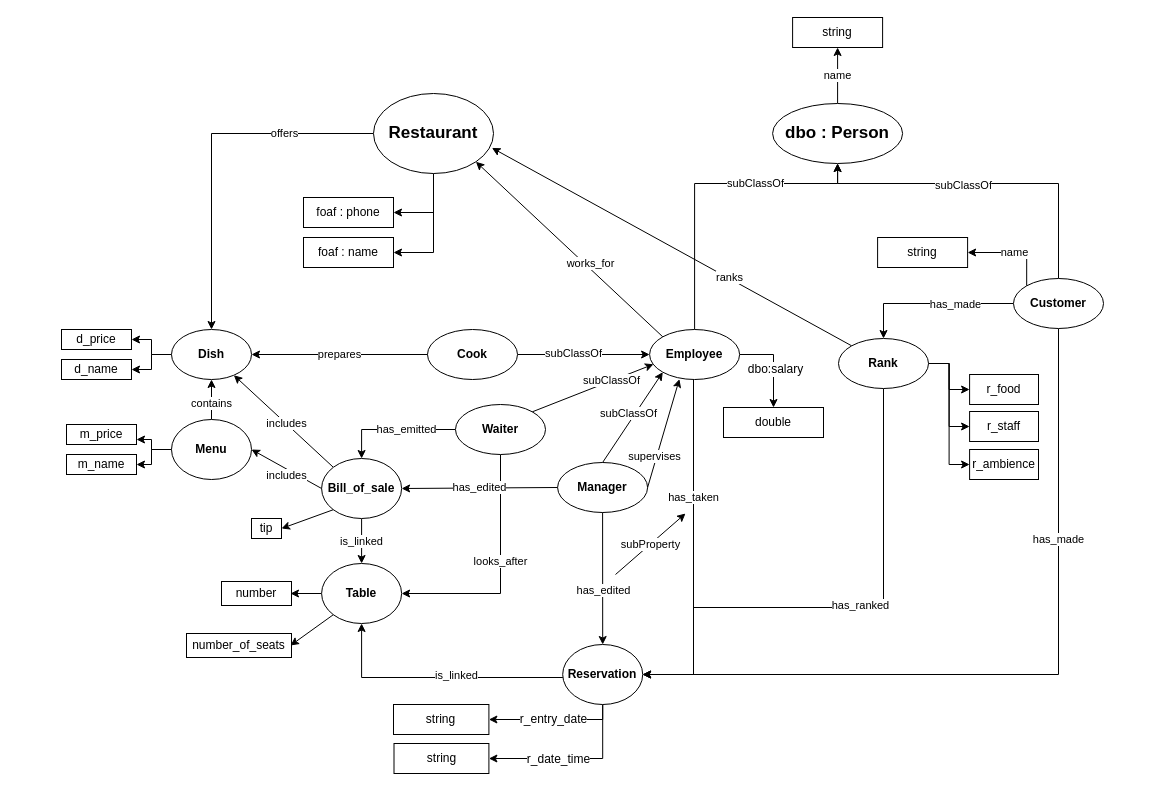
Earlier version of the draw.io diagram schema/schema.dio (CH-KevinDubois/MAS-RAD-4-WEB-Mini-Projet). Source tidied: cells renumbered, new cells numbered last; positions are measured from the earlier drawing's top-left corner, leaving out a move shared by most shapes. Both pictures are drawn from the tidied source at 100%, with x=0, y=0 at pixel (61, 17).
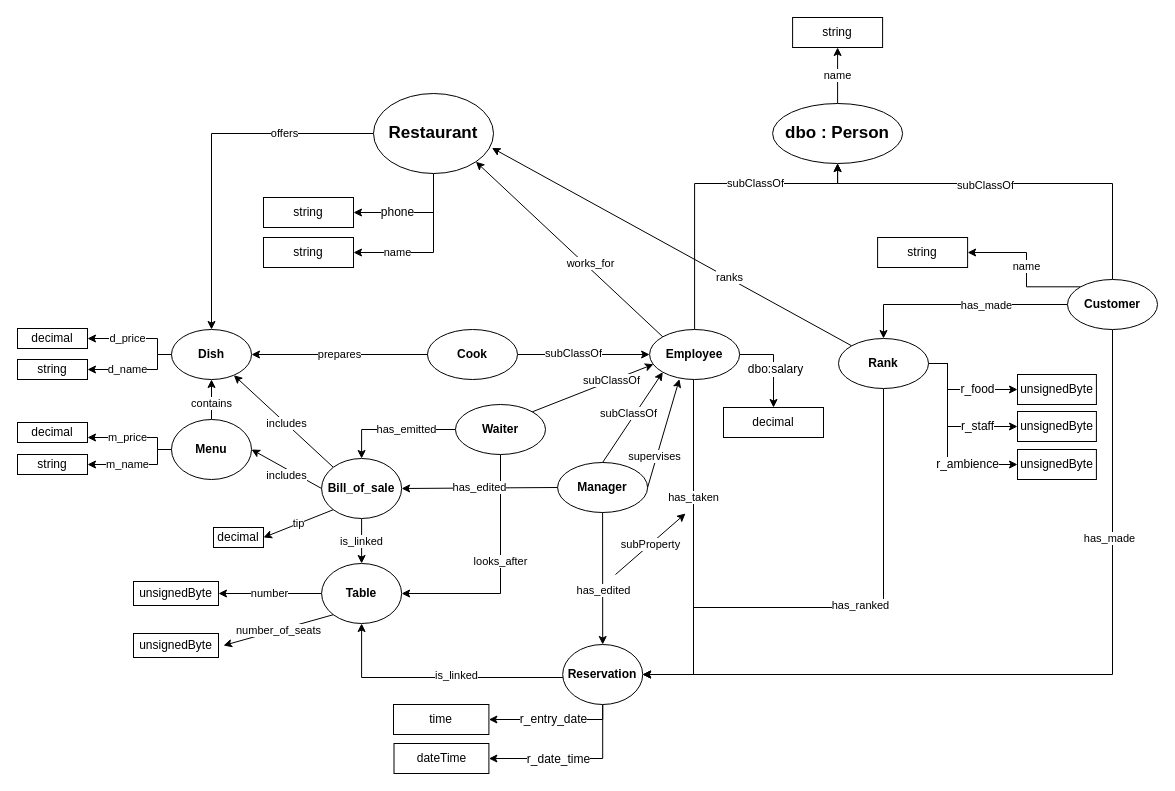
After the change.

Unchanged cells that the change refers to:
```xml
<mxCell id="5" value="&lt;font style=&quot;font-size: 17px&quot;&gt;Restaurant&lt;/font&gt;" style="ellipse;whiteSpace=wrap;html=1;fontStyle=1;" parent="1" vertex="1">
  <mxGeometry x="312" y="76" width="120" height="80" as="geometry" />
</mxCell>
<mxCell id="7" value="&lt;font style=&quot;font-size: 17px&quot;&gt;dbo : Person&lt;/font&gt;" style="ellipse;whiteSpace=wrap;html=1;fontStyle=1;" parent="1" vertex="1">
  <mxGeometry x="711.1" y="86" width="130" height="60" as="geometry" />
</mxCell>
<mxCell id="29" value="&lt;font style=&quot;font-size: 12px&quot;&gt;Table&lt;/font&gt;" style="ellipse;whiteSpace=wrap;html=1;fontStyle=1;" parent="1" vertex="1">
  <mxGeometry x="260.1" y="546" width="80" height="60" as="geometry" />
</mxCell>
<mxCell id="35" value="&lt;font style=&quot;font-size: 12px&quot;&gt;Reservation&lt;/font&gt;" style="ellipse;whiteSpace=wrap;html=1;fontStyle=1;" parent="1" vertex="1">
  <mxGeometry x="501.2" y="627" width="80" height="60" as="geometry" />
</mxCell>
<mxCell id="41" value="&lt;font style=&quot;font-size: 12px&quot;&gt;Menu&lt;/font&gt;" style="ellipse;whiteSpace=wrap;html=1;fontStyle=1;" parent="1" vertex="1">
  <mxGeometry x="110" y="402" width="80" height="60" as="geometry" />
</mxCell>
<mxCell id="44" value="&lt;font style=&quot;font-size: 12px&quot;&gt;Dish&lt;/font&gt;" style="ellipse;whiteSpace=wrap;html=1;fontStyle=1;" parent="1" vertex="1">
  <mxGeometry x="110" y="312" width="80" height="50" as="geometry" />
</mxCell>
<mxCell id="57" value="&lt;font style=&quot;font-size: 12px&quot;&gt;Bill_of_sale&lt;/font&gt;" style="ellipse;whiteSpace=wrap;html=1;fontStyle=1;" parent="1" vertex="1">
  <mxGeometry x="260.1" y="441" width="80" height="60" as="geometry" />
</mxCell>
<mxCell id="84" value="Rank" style="ellipse;whiteSpace=wrap;html=1;fontStyle=1;" parent="1" vertex="1">
  <mxGeometry x="777" y="321" width="90" height="50" as="geometry" />
</mxCell>
```

Diff of the diagram source:
```diff
@@
-    <mxCell id="3" style="edgeStyle=orthogonalEdgeStyle;rounded=0;jettySize=auto;html=1;entryX=1;entryY=0.5;entryDx=0;entryDy=0;" parent="1" edge="1" source="5" target="56">
-      <mxGeometry relative="1" as="geometry" />
+    <mxCell id="3" value="&lt;span style=&quot;font-size: 12px&quot;&gt;phone&lt;/span&gt;" style="edgeStyle=orthogonalEdgeStyle;rounded=0;jettySize=auto;html=1;entryX=1;entryY=0.5;entryDx=0;entryDy=0;exitX=0.5;exitY=1;exitDx=0;exitDy=0;" parent="1" edge="1" source="5" target="56">
+      <mxGeometry x="0.26" relative="1" as="geometry" />
     </mxCell>
-    <mxCell id="4" style="edgeStyle=orthogonalEdgeStyle;rounded=0;jettySize=auto;html=1;entryX=1;entryY=0.5;entryDx=0;entryDy=0;" parent="1" edge="1" source="5" target="55">
-      <mxGeometry relative="1" as="geometry" />
+    <mxCell id="4" value="name" style="edgeStyle=orthogonalEdgeStyle;rounded=0;jettySize=auto;html=1;entryX=1;entryY=0.5;entryDx=0;entryDy=0;exitX=0.5;exitY=1;exitDx=0;exitDy=0;" parent="1" edge="1" source="5" target="55">
+      <mxGeometry x="0.45" relative="1" as="geometry" />
     </mxCell>
@@
     <mxCell id="13" style="edgeStyle=orthogonalEdgeStyle;rounded=0;jettySize=auto;html=1;entryX=0.5;entryY=1;entryDx=0;entryDy=0;" parent="1" edge="1" source="20" target="7">
       <mxGeometry relative="1" as="geometry">
         <Array as="points">
-          <mxPoint x="997" y="166" />
+          <mxPoint x="1051" y="166" />
           <mxPoint x="776" y="166" />
         </Array>
       </mxGeometry>
     </mxCell>
@@
     <mxCell id="15" style="edgeStyle=orthogonalEdgeStyle;rounded=0;jettySize=auto;html=1;entryX=1;entryY=0.5;entryDx=0;entryDy=0;" parent="1" edge="1" source="20" target="35">
       <mxGeometry relative="1" as="geometry">
         <Array as="points">
-          <mxPoint x="997" y="657" />
+          <mxPoint x="1051" y="657" />
         </Array>
       </mxGeometry>
     </mxCell>
     <mxCell id="16" value="has_made" style="edgeLabel;html=1;align=center;verticalAlign=middle;" parent="15" vertex="1">
       <mxGeometry x="0.16" relative="1" as="geometry">
-        <mxPoint x="95.4" y="-136" as="offset" />
+        <mxPoint x="124.8" y="-137" as="offset" />
       </mxGeometry>
     </mxCell>
@@
     <mxCell id="20" value="Customer" style="ellipse;whiteSpace=wrap;html=1;fontStyle=1;" parent="1" vertex="1">
-      <mxGeometry x="952" y="261" width="90" height="50" as="geometry" />
+      <mxGeometry x="1006" y="262" width="90" height="50" as="geometry" />
     </mxCell>
@@
-    <mxCell id="28" style="edgeStyle=orthogonalEdgeStyle;rounded=0;jettySize=auto;html=1;entryX=1;entryY=0.5;entryDx=0;entryDy=0;" parent="1" edge="1" source="29">
-      <mxGeometry relative="1" as="geometry">
-        <mxPoint x="229" y="576" as="targetPoint" />
-        <Array as="points">
-          <mxPoint x="234" y="576" />
-          <mxPoint x="234" y="576" />
-        </Array>
-      </mxGeometry>
-    </mxCell>
+    <mxCell id="89" value="number" style="edgeStyle=orthogonalEdgeStyle;rounded=0;jettySize=auto;html=1;" parent="1" edge="1" source="29" target="62">
+      <mxGeometry relative="1" as="geometry" />
+    </mxCell>
@@
-    <mxCell id="36" value="string" style="rounded=0;whiteSpace=wrap;html=1;" parent="1" vertex="1">
+    <mxCell id="36" value="time" style="rounded=0;whiteSpace=wrap;html=1;" parent="1" vertex="1">
       <mxGeometry x="332" y="687" width="95.4" height="30" as="geometry" />
     </mxCell>
-    <mxCell id="37" value="string" style="rounded=0;whiteSpace=wrap;html=1;" parent="1" vertex="1">
+    <mxCell id="37" value="dateTime" style="rounded=0;whiteSpace=wrap;html=1;" parent="1" vertex="1">
       <mxGeometry x="332.5" y="726" width="94.9" height="30" as="geometry" />
     </mxCell>
@@
-    <mxCell id="39" style="edgeStyle=orthogonalEdgeStyle;rounded=0;jettySize=auto;html=1;entryX=1;entryY=0.75;entryDx=0;entryDy=0;" parent="1" edge="1" source="41" target="60">
-      <mxGeometry relative="1" as="geometry" />
+    <mxCell id="39" value="m_price" style="edgeStyle=orthogonalEdgeStyle;rounded=0;jettySize=auto;html=1;entryX=1;entryY=0.75;entryDx=0;entryDy=0;" parent="1" edge="1" source="41" target="60">
+      <mxGeometry x="0.17" relative="1" as="geometry">
+        <Array as="points">
+          <mxPoint x="96" y="432" />
+          <mxPoint x="96" y="420" />
+        </Array>
+      </mxGeometry>
     </mxCell>
-    <mxCell id="40" style="edgeStyle=orthogonalEdgeStyle;rounded=0;jettySize=auto;html=1;entryX=1;entryY=0.5;entryDx=0;entryDy=0;" parent="1" edge="1" source="41" target="61">
-      <mxGeometry relative="1" as="geometry" />
+    <mxCell id="40" value="m_name" style="edgeStyle=orthogonalEdgeStyle;rounded=0;jettySize=auto;html=1;entryX=1;entryY=0.5;entryDx=0;entryDy=0;" parent="1" edge="1" source="41" target="61">
+      <mxGeometry x="0.19" relative="1" as="geometry">
+        <Array as="points">
+          <mxPoint x="96" y="432" />
+          <mxPoint x="96" y="447" />
+        </Array>
+      </mxGeometry>
     </mxCell>
@@
-    <mxCell id="42" style="edgeStyle=orthogonalEdgeStyle;rounded=0;jettySize=auto;html=1;entryX=1;entryY=0.5;entryDx=0;entryDy=0;" parent="1" edge="1" source="44" target="58">
-      <mxGeometry relative="1" as="geometry" />
+    <mxCell id="42" value="d_price" style="edgeStyle=orthogonalEdgeStyle;rounded=0;jettySize=auto;html=1;entryX=1;entryY=0.5;entryDx=0;entryDy=0;" parent="1" edge="1" source="44" target="58">
+      <mxGeometry x="0.2" relative="1" as="geometry">
+        <Array as="points">
+          <mxPoint x="96" y="337" />
+          <mxPoint x="96" y="321" />
+        </Array>
+      </mxGeometry>
     </mxCell>
-    <mxCell id="43" style="edgeStyle=orthogonalEdgeStyle;rounded=0;jettySize=auto;html=1;entryX=1;entryY=0.5;entryDx=0;entryDy=0;" parent="1" edge="1" source="44" target="59">
-      <mxGeometry relative="1" as="geometry" />
+    <mxCell id="43" value="d_name" style="edgeStyle=orthogonalEdgeStyle;rounded=0;jettySize=auto;html=1;entryX=1;entryY=0.5;entryDx=0;entryDy=0;" parent="1" edge="1" source="44" target="59">
+      <mxGeometry x="0.19" relative="1" as="geometry">
+        <Array as="points">
+          <mxPoint x="96" y="337" />
+          <mxPoint x="96" y="352" />
+        </Array>
+      </mxGeometry>
     </mxCell>
@@
-    <mxCell id="55" value="foaf : name" style="rounded=0;whiteSpace=wrap;html=1;" parent="1" vertex="1">
-      <mxGeometry x="242" y="220" width="90" height="30" as="geometry" />
+    <mxCell id="55" value="string" style="rounded=0;whiteSpace=wrap;html=1;" parent="1" vertex="1">
+      <mxGeometry x="202" y="220" width="90" height="30" as="geometry" />
     </mxCell>
-    <mxCell id="56" value="foaf : phone" style="rounded=0;whiteSpace=wrap;html=1;" parent="1" vertex="1">
-      <mxGeometry x="242" y="180" width="90" height="30" as="geometry" />
+    <mxCell id="56" value="string" style="rounded=0;whiteSpace=wrap;html=1;" parent="1" vertex="1">
+      <mxGeometry x="202" y="180" width="90" height="30" as="geometry" />
     </mxCell>
@@
-    <mxCell id="58" value="d_price" style="rounded=0;whiteSpace=wrap;html=1;" parent="1" vertex="1">
-      <mxGeometry y="312" width="70" height="20" as="geometry" />
+    <mxCell id="58" value="decimal" style="rounded=0;whiteSpace=wrap;html=1;" parent="1" vertex="1">
+      <mxGeometry x="-44" y="311" width="70" height="20" as="geometry" />
     </mxCell>
-    <mxCell id="59" value="d_name" style="rounded=0;whiteSpace=wrap;html=1;" parent="1" vertex="1">
-      <mxGeometry y="342" width="70" height="20" as="geometry" />
+    <mxCell id="59" value="string" style="rounded=0;whiteSpace=wrap;html=1;" parent="1" vertex="1">
+      <mxGeometry x="-44" y="342" width="70" height="20" as="geometry" />
     </mxCell>
-    <mxCell id="60" value="m_price" style="rounded=0;whiteSpace=wrap;html=1;" parent="1" vertex="1">
-      <mxGeometry x="5" y="407" width="70" height="20" as="geometry" />
+    <mxCell id="60" value="decimal" style="rounded=0;whiteSpace=wrap;html=1;" parent="1" vertex="1">
+      <mxGeometry x="-44" y="405" width="70" height="20" as="geometry" />
     </mxCell>
-    <mxCell id="61" value="m_name" style="rounded=0;whiteSpace=wrap;html=1;" parent="1" vertex="1">
-      <mxGeometry x="5" y="437" width="70" height="20" as="geometry" />
+    <mxCell id="61" value="string" style="rounded=0;whiteSpace=wrap;html=1;" parent="1" vertex="1">
+      <mxGeometry x="-44" y="437" width="70" height="20" as="geometry" />
     </mxCell>
-    <mxCell id="62" value="number" style="rounded=0;whiteSpace=wrap;html=1;" parent="1" vertex="1">
-      <mxGeometry x="160" y="564" width="70" height="24" as="geometry" />
+    <mxCell id="62" value="unsignedByte" style="rounded=0;whiteSpace=wrap;html=1;" parent="1" vertex="1">
+      <mxGeometry x="72" y="564" width="85" height="24" as="geometry" />
     </mxCell>
@@
-    <mxCell id="64" value="double" style="rounded=0;whiteSpace=wrap;html=1;" parent="1" vertex="1">
+    <mxCell id="64" value="decimal" style="rounded=0;whiteSpace=wrap;html=1;" parent="1" vertex="1">
       <mxGeometry x="662" y="390" width="100" height="30" as="geometry" />
     </mxCell>
@@
-    <mxCell id="68" value="number_of_seats" style="rounded=0;whiteSpace=wrap;html=1;" parent="1" vertex="1">
-      <mxGeometry x="125" y="616" width="105" height="24" as="geometry" />
+    <mxCell id="68" value="unsignedByte" style="rounded=0;whiteSpace=wrap;html=1;" parent="1" vertex="1">
+      <mxGeometry x="72" y="616" width="85" height="24" as="geometry" />
     </mxCell>
-    <mxCell id="69" style="endArrow=classic;html=1;entryX=1;entryY=0.5;entryDx=0;entryDy=0;exitX=0;exitY=1;exitDx=0;exitDy=0;" parent="1" edge="1" source="29">
+    <mxCell id="69" value="number_of_seats" style="endArrow=classic;html=1;exitX=0;exitY=1;exitDx=0;exitDy=0;" parent="1" edge="1" source="29">
       <mxGeometry relative="1" as="geometry">
-        <mxPoint x="229" y="628" as="targetPoint" />
+        <mxPoint x="162" y="628" as="targetPoint" />
       </mxGeometry>
     </mxCell>
@@
-    <mxCell id="77" value="tip" style="rounded=0;whiteSpace=wrap;html=1;" parent="1" vertex="1">
-      <mxGeometry x="190" y="501" width="30" height="20" as="geometry" />
+    <mxCell id="77" value="decimal" style="rounded=0;whiteSpace=wrap;html=1;" parent="1" vertex="1">
+      <mxGeometry x="152" y="510" width="50" height="20" as="geometry" />
     </mxCell>
-    <mxCell id="78" style="endArrow=classic;html=1;exitX=0;exitY=1;exitDx=0;exitDy=0;" parent="1" edge="1" source="57">
-      <mxGeometry relative="1" as="geometry">
-        <mxPoint x="220" y="511" as="targetPoint" />
-      </mxGeometry>
+    <mxCell id="78" value="tip" style="endArrow=classic;html=1;exitX=0;exitY=1;exitDx=0;exitDy=0;entryX=1;entryY=0.5;entryDx=0;entryDy=0;" parent="1" edge="1" source="57" target="77">
+      <mxGeometry relative="1" as="geometry" />
     </mxCell>
@@
-    <mxCell id="81" style="edgeStyle=orthogonalEdgeStyle;rounded=0;jettySize=auto;html=1;" parent="1" edge="1" source="84" target="85">
-      <mxGeometry relative="1" as="geometry" />
+    <mxCell id="81" value="&lt;span style=&quot;font-size: 12px&quot;&gt;r_food&lt;/span&gt;" style="edgeStyle=orthogonalEdgeStyle;rounded=0;jettySize=auto;html=1;" parent="1" edge="1" source="84" target="85">
+      <mxGeometry x="0.3" relative="1" as="geometry">
+        <Array as="points">
+          <mxPoint x="886" y="346" />
+          <mxPoint x="886" y="372" />
+        </Array>
+      </mxGeometry>
     </mxCell>
-    <mxCell id="82" style="edgeStyle=orthogonalEdgeStyle;rounded=0;jettySize=auto;html=1;entryX=0;entryY=0.5;entryDx=0;entryDy=0;" parent="1" edge="1" source="84" target="86">
-      <mxGeometry relative="1" as="geometry" />
+    <mxCell id="82" value="&lt;span style=&quot;font-size: 12px&quot;&gt;r_staff&lt;br&gt;&lt;/span&gt;" style="edgeStyle=orthogonalEdgeStyle;rounded=0;jettySize=auto;html=1;entryX=0;entryY=0.5;entryDx=0;entryDy=0;" parent="1" edge="1" source="84" target="86">
+      <mxGeometry x="0.47" relative="1" as="geometry">
+        <Array as="points">
+          <mxPoint x="886" y="346" />
+          <mxPoint x="886" y="409" />
+        </Array>
+      </mxGeometry>
     </mxCell>
-    <mxCell id="83" style="edgeStyle=orthogonalEdgeStyle;rounded=0;jettySize=auto;html=1;entryX=0;entryY=0.5;entryDx=0;entryDy=0;" parent="1" edge="1" source="84" target="87">
-      <mxGeometry relative="1" as="geometry" />
+    <mxCell id="83" value="&lt;span style=&quot;font-size: 12px&quot;&gt;r_ambience&lt;/span&gt;" style="edgeStyle=orthogonalEdgeStyle;rounded=0;jettySize=auto;html=1;entryX=0;entryY=0.5;entryDx=0;entryDy=0;" parent="1" edge="1" source="84" target="87">
+      <mxGeometry x="0.47" relative="1" as="geometry">
+        <Array as="points">
+          <mxPoint x="886" y="346" />
+          <mxPoint x="886" y="447" />
+        </Array>
+      </mxGeometry>
     </mxCell>
@@
-    <mxCell id="85" value="r_food" style="rounded=0;whiteSpace=wrap;html=1;" parent="1" vertex="1">
-      <mxGeometry x="908.1" y="357" width="68.9" height="30" as="geometry" />
+    <mxCell id="85" value="&lt;span&gt;unsignedByte&lt;/span&gt;" style="rounded=0;whiteSpace=wrap;html=1;" parent="1" vertex="1">
+      <mxGeometry x="956" y="357" width="78.9" height="30" as="geometry" />
     </mxCell>
-    <mxCell id="86" value="r_staff" style="rounded=0;whiteSpace=wrap;html=1;" parent="1" vertex="1">
-      <mxGeometry x="908.1" y="394" width="68.9" height="30" as="geometry" />
+    <mxCell id="86" value="&lt;span&gt;unsignedByte&lt;/span&gt;" style="rounded=0;whiteSpace=wrap;html=1;" parent="1" vertex="1">
+      <mxGeometry x="956" y="394" width="78.9" height="30" as="geometry" />
     </mxCell>
-    <mxCell id="87" value="r_ambience" style="rounded=0;whiteSpace=wrap;html=1;" parent="1" vertex="1">
-      <mxGeometry x="908.1" y="432" width="68.9" height="30" as="geometry" />
+    <mxCell id="87" value="&lt;span&gt;unsignedByte&lt;/span&gt;" style="rounded=0;whiteSpace=wrap;html=1;" parent="1" vertex="1">
+      <mxGeometry x="956" y="432" width="78.9" height="30" as="geometry" />
     </mxCell>
```
